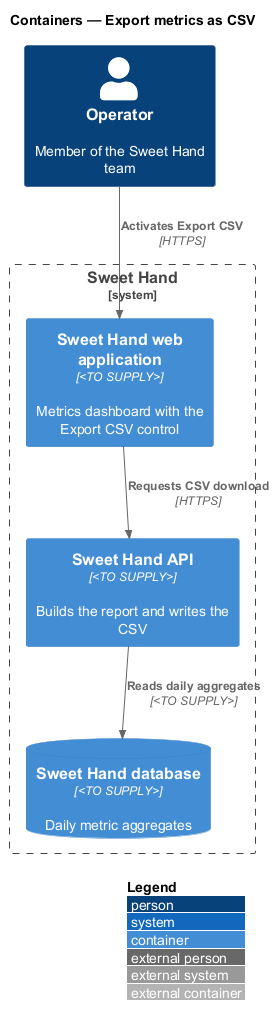
The PlantUML diagram docs/detailed-designs/metrics/export-metrics/diagrams/c4-container.png in QuinntyneBrown/sweet-hand, before a commit. Source of this version:
```plantuml
@startuml
!include <C4/C4_Container>
LAYOUT_WITH_LEGEND()
title Containers — Export metrics as CSV

Person(operator, "Operator", "Member of the Sweet Hand team")
System_Boundary(sweethand, "Sweet Hand") {
  Container(web, "Sweet Hand web application", "<TO SUPPLY>", "Metrics dashboard with the Export CSV control")
  Container(api, "Sweet Hand API", "<TO SUPPLY>", "Builds the report and writes the CSV")
  ContainerDb(db, "Sweet Hand database", "<TO SUPPLY>", "Daily metric aggregates")
}
Rel(operator, web, "Activates Export CSV", "HTTPS")
Rel(web, api, "Requests CSV download", "HTTPS")
Rel(api, db, "Reads daily aggregates", "<TO SUPPLY>")
@enduml
```
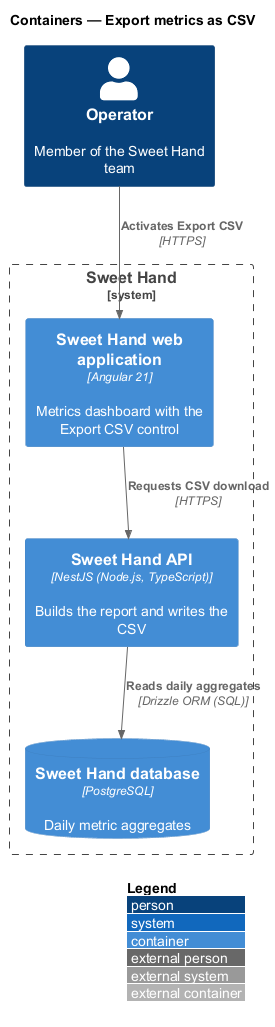
After the commit.

The edit, as a diff of the source:
```diff
@@ -5,11 +5,11 @@
 
 Person(operator, "Operator", "Member of the Sweet Hand team")
 System_Boundary(sweethand, "Sweet Hand") {
-  Container(web, "Sweet Hand web application", "<TO SUPPLY>", "Metrics dashboard with the Export CSV control")
-  Container(api, "Sweet Hand API", "<TO SUPPLY>", "Builds the report and writes the CSV")
-  ContainerDb(db, "Sweet Hand database", "<TO SUPPLY>", "Daily metric aggregates")
+  Container(web, "Sweet Hand web application", "Angular 21", "Metrics dashboard with the Export CSV control")
+  Container(api, "Sweet Hand API", "NestJS (Node.js, TypeScript)", "Builds the report and writes the CSV")
+  ContainerDb(db, "Sweet Hand database", "PostgreSQL", "Daily metric aggregates")
 }
 Rel(operator, web, "Activates Export CSV", "HTTPS")
 Rel(web, api, "Requests CSV download", "HTTPS")
-Rel(api, db, "Reads daily aggregates", "<TO SUPPLY>")
+Rel(api, db, "Reads daily aggregates", "Drizzle ORM (SQL)")
 @enduml
```
